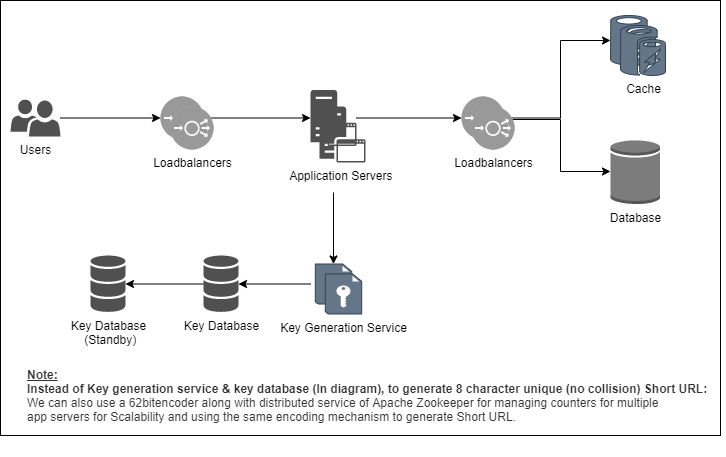
Earlier version of the draw.io export URLShortner.drawio.png (AmitVerma-Learn/URLShortner). Source tidied: cells renumbered, new cells last; positions are measured from the earlier drawing's top-left corner, leaving out a move shared by most shapes.
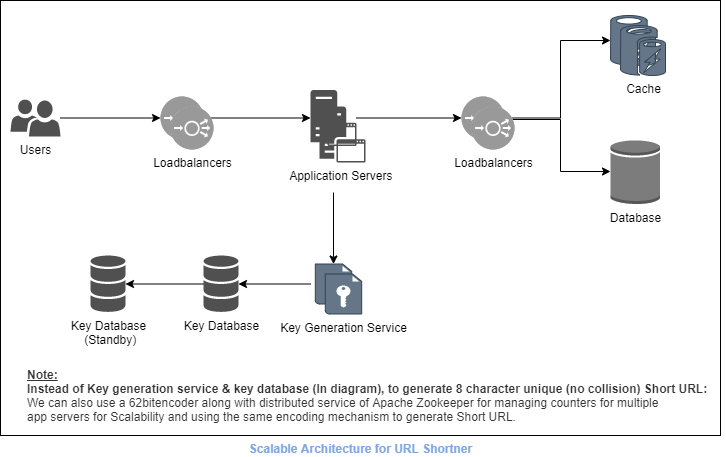
After the change.

What changed in the source:
```diff
@@ -2,7 +2,7 @@
   <root>
     <mxCell id="0" />
     <mxCell id="1" parent="0" />
-    <mxCell id="2" value="&lt;b&gt;&lt;font color=&quot;#ffffff&quot;&gt;Scalable Architecture for URL Shortner&lt;/font&gt;&lt;/b&gt;" style="verticalLabelPosition=bottom;verticalAlign=top;html=1;shape=mxgraph.basic.rect;fillColor2=none;strokeWidth=1;size=20;indent=5;fillColor=#FFFFFF;" parent="1" vertex="1">
+    <mxCell id="2" value="&lt;b&gt;&lt;font color=&quot;#7ea6e0&quot;&gt;Scalable Architecture for URL Shortner&lt;/font&gt;&lt;/b&gt;" style="verticalLabelPosition=bottom;verticalAlign=top;html=1;shape=mxgraph.basic.rect;fillColor2=none;strokeWidth=1;size=20;indent=5;fillColor=#FFFFFF;" parent="1" vertex="1">
       <mxGeometry width="720" height="435" as="geometry" />
     </mxCell>
     <mxCell id="3" style="edgeStyle=orthogonalEdgeStyle;rounded=0;jettySize=auto;html=1;fontColor=#000000;" parent="1" edge="1" target="15">
```
